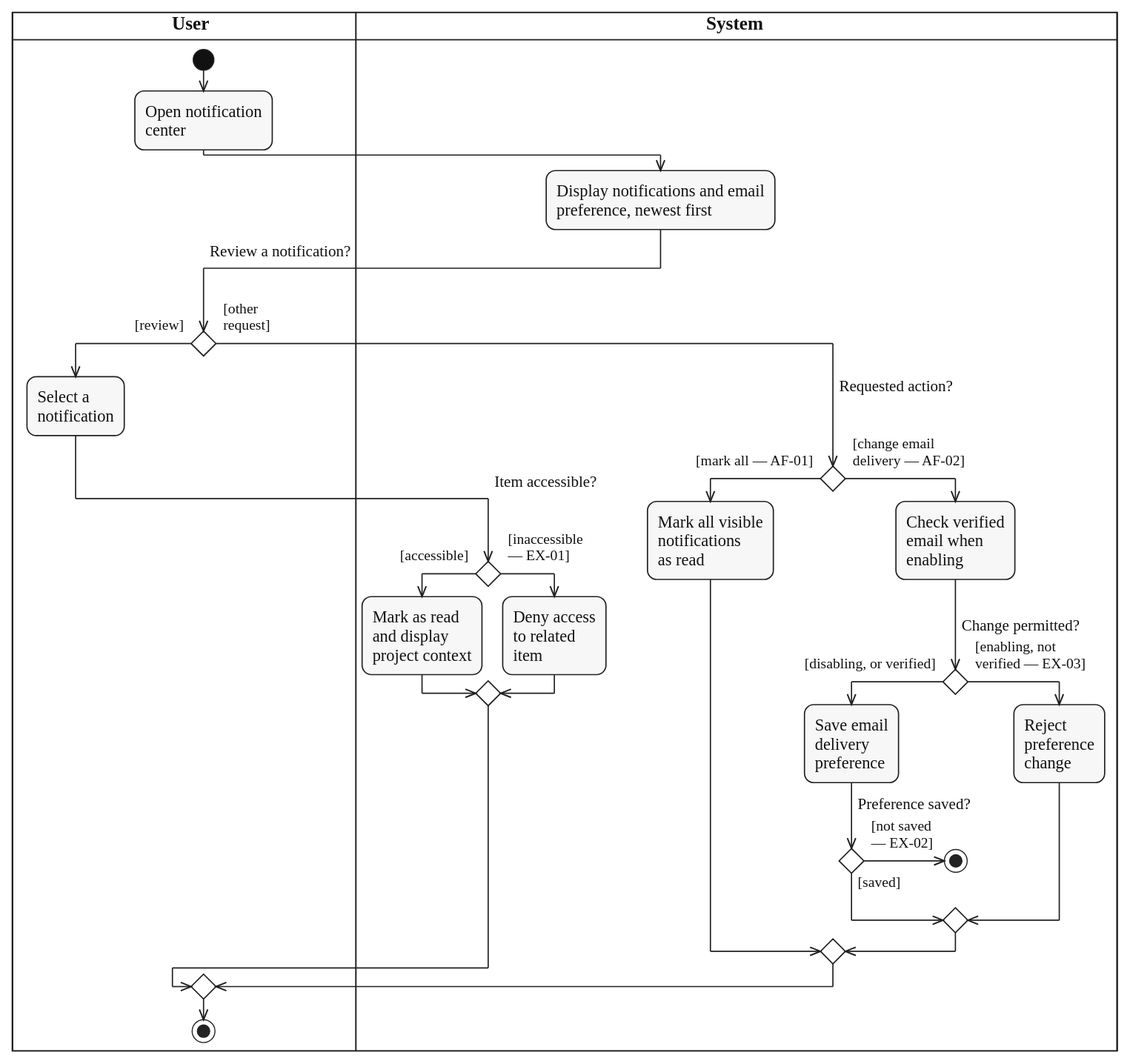
This is diagrams/activity/collaboration-notification/svg/UC-NOTIFICATIONS-REVIEW.svg from lukenab/swd392-doc-automation, a PlantUML export, as it was before one commit. Its source is kept beside it as diagrams/activity/collaboration-notification/source/UC-NOTIFICATIONS-REVIEW.puml.
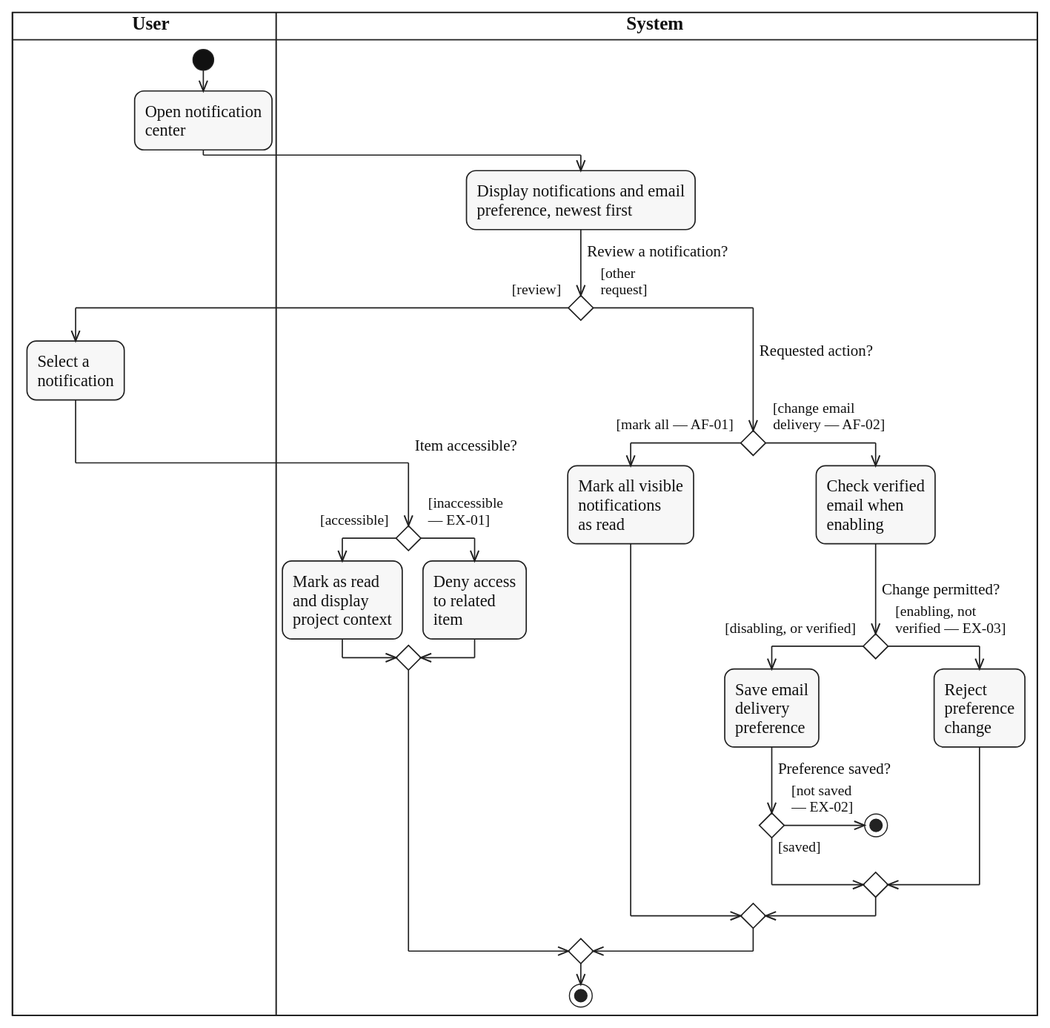
The same file after the commit.

Diff of the diagram source:
```diff
@@ -10,8 +10,8 @@
 |SYS|
 :Display notifications and email
 preference, newest first;
-|USR|
-if ($question_x("Review a notification?")) then ($guard_left("[review]"))
+if ($question("Review a notification?")) then ($guard_left("[review]"))
+  |USR|
   :Select a
   notification;
   |SYS|
@@ -49,6 +49,6 @@
     endif
   endif
 endif
-|USR|
+|SYS|
 stop
 @enduml
```
